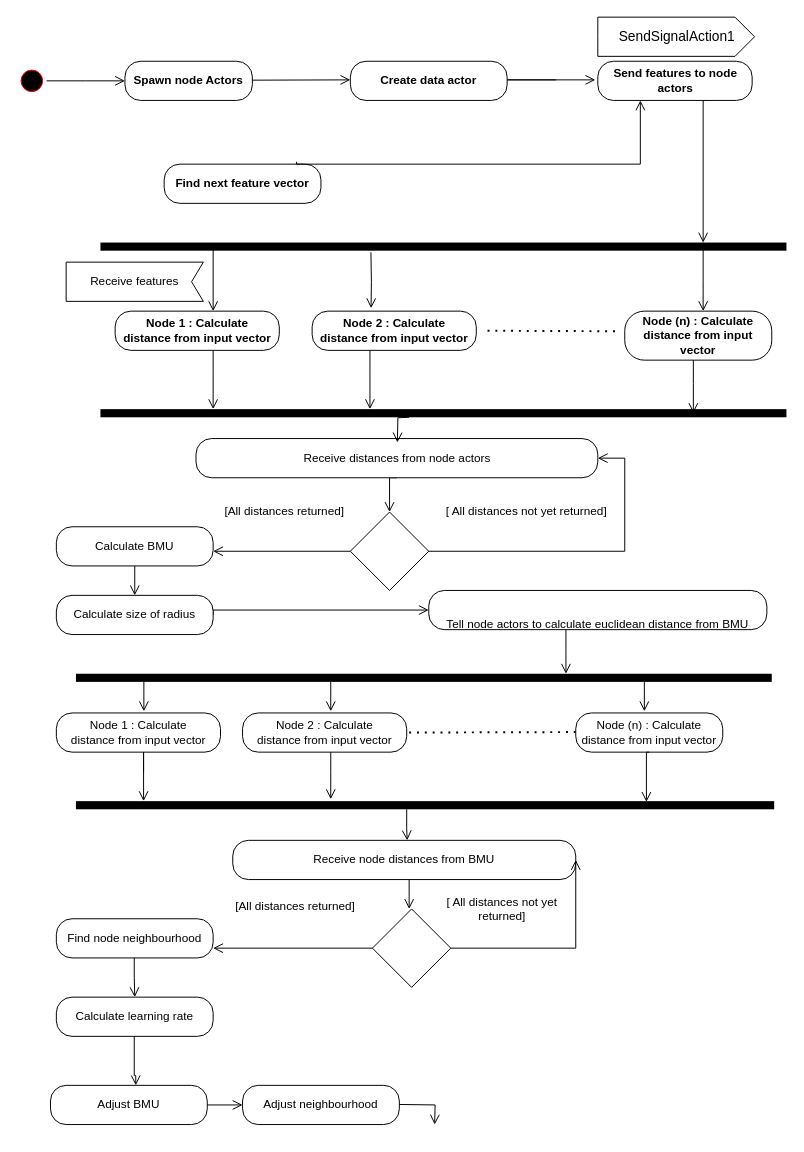
vanelopethecoder/som-basic keeps this draw.io diagram as mainActivityDiagram.drawio. Above is the earlier version. Source tidied: cells renumbered, new cells numbered last; positions are measured from the earlier drawing's top-left corner, leaving out a move shared by most shapes. Both pictures are drawn from the tidied source at 98%, with x=0, y=0 at pixel (17, 17).
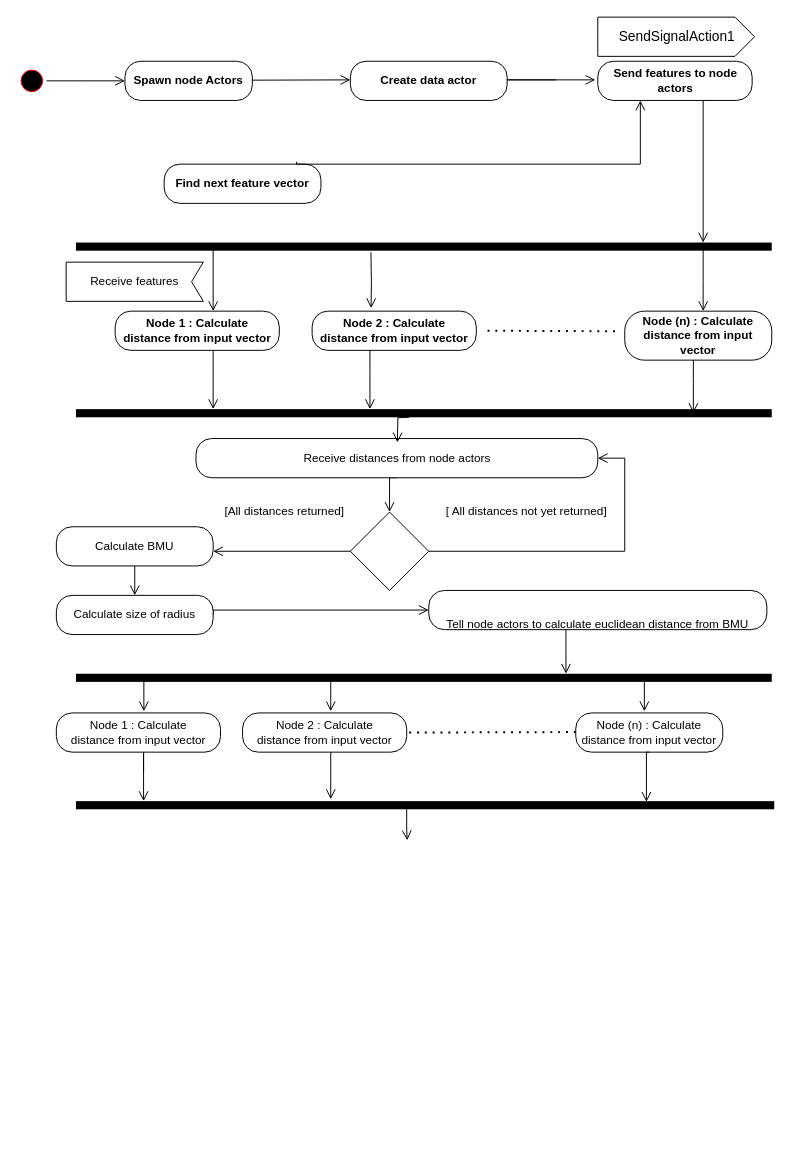
Above is the later version.

What changed in the source:
```diff
@@
     <mxCell id="9" style="html=1;points=[];perimeter=orthogonalPerimeter;fillColor=#000000;strokeColor=none;direction=north;" parent="1" vertex="1">
-      <mxGeometry x="85" y="230" width="700" height="8.3" as="geometry" />
+      <mxGeometry x="60" y="230" width="710" height="8.3" as="geometry" />
     </mxCell>
@@
     <mxCell id="12" style="html=1;perimeter=orthogonalPerimeter;fillColor=#000000;strokeColor=none;direction=north;" parent="1" vertex="1">
-      <mxGeometry x="85" y="400" width="700" height="8.3" as="geometry" />
+      <mxGeometry x="60" y="400" width="710" height="8.3" as="geometry" />
     </mxCell>
@@
-    <mxCell id="22" value="Receive node distances from BMU" style="rounded=1;whiteSpace=wrap;html=1;arcSize=40;fontColor=#000000;fillColor=#FFFFFF;strokeColor=#000000;" parent="1" vertex="1">
-      <mxGeometry x="220" y="840" width="350" height="40" as="geometry" />
-    </mxCell>
-    <mxCell id="23" style="rhombus;whiteSpace=wrap;html=1;" parent="1" vertex="1">
-      <mxGeometry x="362.5" y="910" width="80" height="80" as="geometry" />
-    </mxCell>
-    <mxCell id="24" style="edgeStyle=orthogonalEdgeStyle;html=1;verticalAlign=bottom;endArrow=open;endSize=8;strokeColor=#000000;rounded=0;" parent="1" edge="1">
-      <mxGeometry relative="1" as="geometry">
-        <mxPoint x="400" y="880" as="sourcePoint" />
-        <mxPoint x="400" y="910" as="targetPoint" />
-        <Array as="points">
-          <mxPoint x="400.4" y="900" />
-          <mxPoint x="400.4" y="900" />
-        </Array>
-      </mxGeometry>
-    </mxCell>
-    <mxCell id="25" style="edgeStyle=orthogonalEdgeStyle;html=1;verticalAlign=bottom;endArrow=open;endSize=8;strokeColor=#000000;rounded=0;entryX=1;entryY=0.5;entryDx=0;entryDy=0;exitX=1;exitY=0.5;exitDx=0;exitDy=0;" parent="1" edge="1" source="23" target="22">
-      <mxGeometry relative="1" as="geometry">
-        <Array as="points">
-          <mxPoint x="570" y="950" />
-        </Array>
-      </mxGeometry>
-    </mxCell>
-    <mxCell id="26" style="edgeStyle=orthogonalEdgeStyle;html=1;verticalAlign=bottom;endArrow=open;endSize=8;strokeColor=#000000;rounded=0;exitX=0;exitY=0.5;exitDx=0;exitDy=0;" parent="1" edge="1" source="23">
-      <mxGeometry relative="1" as="geometry">
-        <mxPoint x="200" y="950" as="targetPoint" />
-        <Array as="points">
-          <mxPoint x="200" y="950" />
-        </Array>
-      </mxGeometry>
-    </mxCell>
-    <mxCell id="27" value="Calculate learning rate" style="rounded=1;whiteSpace=wrap;html=1;arcSize=40;fontColor=#000000;fillColor=#FFFFFF;strokeColor=#000000;" parent="1" vertex="1">
-      <mxGeometry x="40" y="1000" width="160" height="40" as="geometry" />
-    </mxCell>
-    <mxCell id="28" style="edgeStyle=orthogonalEdgeStyle;html=1;verticalAlign=bottom;endArrow=open;endSize=8;strokeColor=#000000;rounded=0;entryX=0.544;entryY=0;entryDx=0;entryDy=0;entryPerimeter=0;" parent="1" edge="1" target="29">
-      <mxGeometry relative="1" as="geometry">
-        <mxPoint x="119.5" y="1040" as="sourcePoint" />
-        <Array as="points">
-          <mxPoint x="120" y="1080" />
-          <mxPoint x="121" y="1080" />
-        </Array>
-      </mxGeometry>
-    </mxCell>
-    <mxCell id="29" value="Adjust BMU" style="rounded=1;whiteSpace=wrap;html=1;arcSize=40;fontColor=#000000;fillColor=#FFFFFF;strokeColor=#000000;" parent="1" vertex="1">
-      <mxGeometry x="34" y="1090" width="160" height="40" as="geometry" />
-    </mxCell>
-    <mxCell id="30" value="Adjust neighbourhood" style="rounded=1;whiteSpace=wrap;html=1;arcSize=40;fontColor=#000000;fillColor=#FFFFFF;strokeColor=#000000;" parent="1" vertex="1">
-      <mxGeometry x="230" y="1090" width="160" height="40" as="geometry" />
-    </mxCell>
-    <mxCell id="31" style="edgeStyle=orthogonalEdgeStyle;html=1;verticalAlign=bottom;endArrow=open;endSize=8;strokeColor=#000000;rounded=0;exitX=1;exitY=0.5;exitDx=0;exitDy=0;entryX=0;entryY=0.5;entryDx=0;entryDy=0;" parent="1" edge="1" source="29" target="30">
-      <mxGeometry relative="1" as="geometry" />
-    </mxCell>
@@
-    <mxCell id="34" value="Find node neighbourhood" style="rounded=1;whiteSpace=wrap;html=1;arcSize=40;fontColor=#000000;fillColor=#FFFFFF;strokeColor=#000000;" parent="1" vertex="1">
-      <mxGeometry x="40" y="920" width="160" height="40" as="geometry" />
-    </mxCell>
-    <mxCell id="35" style="edgeStyle=orthogonalEdgeStyle;html=1;verticalAlign=bottom;endArrow=open;endSize=8;strokeColor=#000000;rounded=0;" parent="1" edge="1">
-      <mxGeometry relative="1" as="geometry">
-        <mxPoint x="119.5" y="960" as="sourcePoint" />
-        <mxPoint x="120" y="1000" as="targetPoint" />
-        <Array as="points">
-          <mxPoint x="119.9" y="980" />
-          <mxPoint x="119.9" y="980" />
-        </Array>
-      </mxGeometry>
-    </mxCell>
@@
-    <mxCell id="39" value="&lt;span style=&quot;&quot;&gt;[ All distances not yet returned]&lt;/span&gt;" style="text;html=1;strokeColor=none;fillColor=none;align=center;verticalAlign=middle;whiteSpace=wrap;rounded=0;labelBackgroundColor=#FFFFFF;" parent="1" vertex="1">
-      <mxGeometry x="420" y="900" width="150" height="20" as="geometry" />
-    </mxCell>
@@
-    <mxCell id="64" value="&lt;span&gt;[All distances returned]&lt;/span&gt;" style="text;html=1;strokeColor=none;fillColor=none;align=center;verticalAlign=middle;whiteSpace=wrap;rounded=0;labelBackgroundColor=#FFFFFF;" parent="1" vertex="1">
-      <mxGeometry x="194" y="895" width="180" height="25" as="geometry" />
-    </mxCell>
-    <mxCell id="65" style="edgeStyle=orthogonalEdgeStyle;html=1;verticalAlign=bottom;endArrow=open;endSize=8;strokeColor=#000000;rounded=0;exitX=1;exitY=0.5;exitDx=0;exitDy=0;" parent="1" edge="1">
-      <mxGeometry relative="1" as="geometry">
-        <mxPoint x="390" y="1109.5" as="sourcePoint" />
-        <mxPoint x="426" y="1130" as="targetPoint" />
-      </mxGeometry>
-    </mxCell>
```
